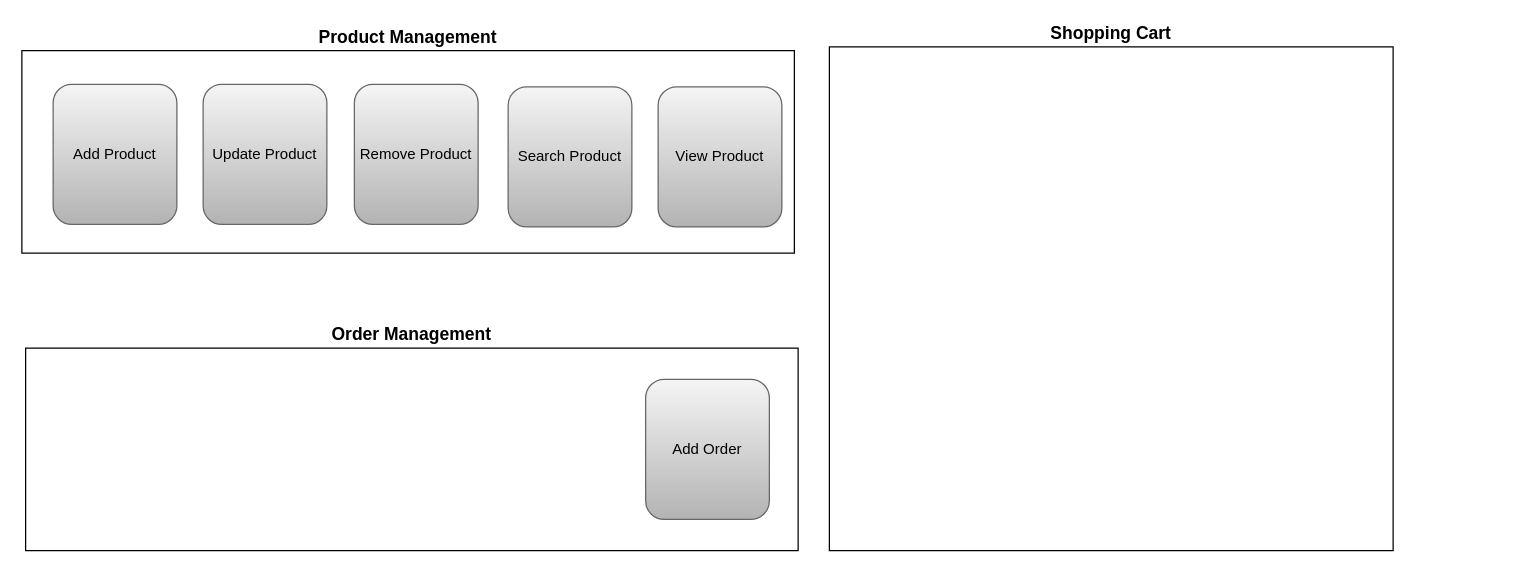
StevenNguyenUIT/WebStoreApplication keeps this draw.io diagram as page "Features" (3 of 3) of Design.drawio. Above is the earlier version. Source tidied: cells renumbered, new cells numbered last; positions are measured from the earlier drawing's top-left corner, leaving out a move shared by most shapes. Both pictures are drawn from the tidied source at 125%, with x=0, y=0 at pixel (21, 46).
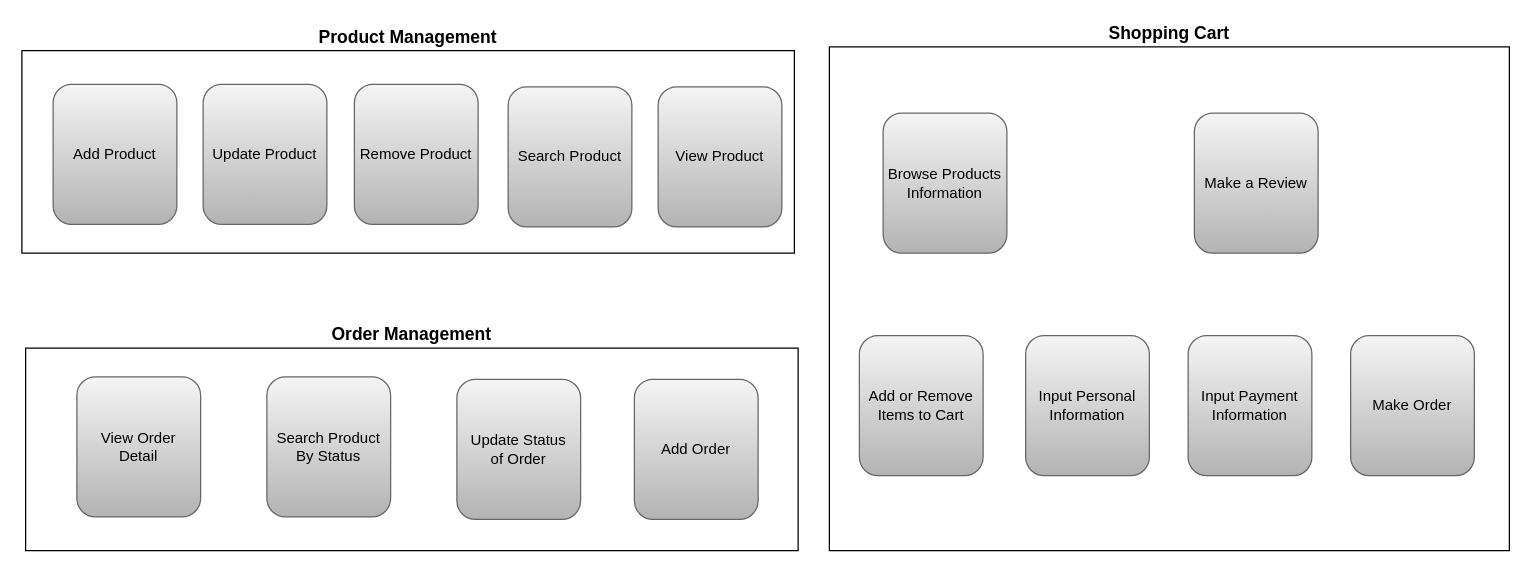
The same page after the edit.

The edit, as a diff of the source:
```diff
@@
 <mxGraphModel>
   <root>
     <mxCell id="0" />
     <mxCell id="1" parent="0" />
     <mxCell id="2" value="Product Management" style="rounded=0;whiteSpace=wrap;html=1;labelPosition=center;verticalLabelPosition=top;align=center;verticalAlign=bottom;fontStyle=1;fontSize=14;" parent="1" vertex="1">
       <mxGeometry y="3" width="618" height="162" as="geometry" />
     </mxCell>
     <mxCell id="3" value="Order Management" style="rounded=0;whiteSpace=wrap;html=1;labelPosition=center;verticalLabelPosition=top;align=center;verticalAlign=bottom;fontStyle=1;fontSize=14;" parent="1" vertex="1">
       <mxGeometry x="3" y="241" width="618" height="162" as="geometry" />
     </mxCell>
     <mxCell id="4" value="Shopping Cart" style="rounded=0;whiteSpace=wrap;html=1;labelPosition=center;verticalLabelPosition=top;align=center;verticalAlign=bottom;fontStyle=1;fontSize=14;" parent="1" vertex="1">
-      <mxGeometry x="646" width="451" height="403" as="geometry" />
+      <mxGeometry x="646" width="544" height="403" as="geometry" />
     </mxCell>
     <mxCell id="5" value="Add Product" style="rounded=1;whiteSpace=wrap;html=1;fillColor=#f5f5f5;gradientColor=#b3b3b3;strokeColor=#666666;" parent="1" vertex="1">
       <mxGeometry x="25" y="30" width="99" height="112" as="geometry" />
     </mxCell>
     <mxCell id="6" value="Update Product" style="rounded=1;whiteSpace=wrap;html=1;fillColor=#f5f5f5;gradientColor=#b3b3b3;strokeColor=#666666;" parent="1" vertex="1">
       <mxGeometry x="145" y="30" width="99" height="112" as="geometry" />
     </mxCell>
     <mxCell id="7" value="Remove Product" style="rounded=1;whiteSpace=wrap;html=1;fillColor=#f5f5f5;gradientColor=#b3b3b3;strokeColor=#666666;" parent="1" vertex="1">
       <mxGeometry x="266" y="30" width="99" height="112" as="geometry" />
     </mxCell>
     <mxCell id="8" value="Search Product" style="rounded=1;whiteSpace=wrap;html=1;fillColor=#f5f5f5;gradientColor=#b3b3b3;strokeColor=#666666;" parent="1" vertex="1">
       <mxGeometry x="389" y="32" width="99" height="112" as="geometry" />
     </mxCell>
     <mxCell id="9" value="View Product" style="rounded=1;whiteSpace=wrap;html=1;fillColor=#f5f5f5;gradientColor=#b3b3b3;strokeColor=#666666;" parent="1" vertex="1">
       <mxGeometry x="509" y="32" width="99" height="112" as="geometry" />
     </mxCell>
     <mxCell id="10" value="Add Order" style="rounded=1;whiteSpace=wrap;html=1;fillColor=#f5f5f5;gradientColor=#b3b3b3;strokeColor=#666666;" parent="1" vertex="1">
-      <mxGeometry x="499" y="266" width="99" height="112" as="geometry" />
+      <mxGeometry x="490" y="266" width="99" height="112" as="geometry" />
     </mxCell>
+    <mxCell id="11" value="Search Product&lt;br&gt;By Status" style="rounded=1;whiteSpace=wrap;html=1;fillColor=#f5f5f5;gradientColor=#b3b3b3;strokeColor=#666666;" parent="1" vertex="1">
+      <mxGeometry x="196" y="264" width="99" height="112" as="geometry" />
+    </mxCell>
+    <mxCell id="12" value="View Order&lt;br&gt;Detail" style="rounded=1;whiteSpace=wrap;html=1;fillColor=#f5f5f5;gradientColor=#b3b3b3;strokeColor=#666666;" parent="1" vertex="1">
+      <mxGeometry x="44" y="264" width="99" height="112" as="geometry" />
+    </mxCell>
+    <mxCell id="13" value="Update Status&lt;br&gt;of Order" style="rounded=1;whiteSpace=wrap;html=1;fillColor=#f5f5f5;gradientColor=#b3b3b3;strokeColor=#666666;" parent="1" vertex="1">
+      <mxGeometry x="348" y="266" width="99" height="112" as="geometry" />
+    </mxCell>
+    <mxCell id="14" value="Browse Products&lt;br&gt;Information" style="rounded=1;whiteSpace=wrap;html=1;fillColor=#f5f5f5;gradientColor=#b3b3b3;strokeColor=#666666;" parent="1" vertex="1">
+      <mxGeometry x="689" y="53" width="99" height="112" as="geometry" />
+    </mxCell>
+    <mxCell id="15" value="Make a Review" style="rounded=1;whiteSpace=wrap;html=1;fillColor=#f5f5f5;gradientColor=#b3b3b3;strokeColor=#666666;" parent="1" vertex="1">
+      <mxGeometry x="938" y="53" width="99" height="112" as="geometry" />
+    </mxCell>
+    <mxCell id="16" value="Add or Remove&lt;br&gt;Items to Cart" style="rounded=1;whiteSpace=wrap;html=1;fillColor=#f5f5f5;gradientColor=#b3b3b3;strokeColor=#666666;" parent="1" vertex="1">
+      <mxGeometry x="670" y="231" width="99" height="112" as="geometry" />
+    </mxCell>
+    <mxCell id="17" value="Input Personal Information" style="rounded=1;whiteSpace=wrap;html=1;fillColor=#f5f5f5;gradientColor=#b3b3b3;strokeColor=#666666;" parent="1" vertex="1">
+      <mxGeometry x="803" y="231" width="99" height="112" as="geometry" />
+    </mxCell>
+    <mxCell id="18" value="Input Payment Information" style="rounded=1;whiteSpace=wrap;html=1;fillColor=#f5f5f5;gradientColor=#b3b3b3;strokeColor=#666666;" parent="1" vertex="1">
+      <mxGeometry x="933" y="231" width="99" height="112" as="geometry" />
+    </mxCell>
+    <mxCell id="19" value="Make Order" style="rounded=1;whiteSpace=wrap;html=1;fillColor=#f5f5f5;gradientColor=#b3b3b3;strokeColor=#666666;" parent="1" vertex="1">
+      <mxGeometry x="1063" y="231" width="99" height="112" as="geometry" />
+    </mxCell>
   </root>
 </mxGraphModel>
```
